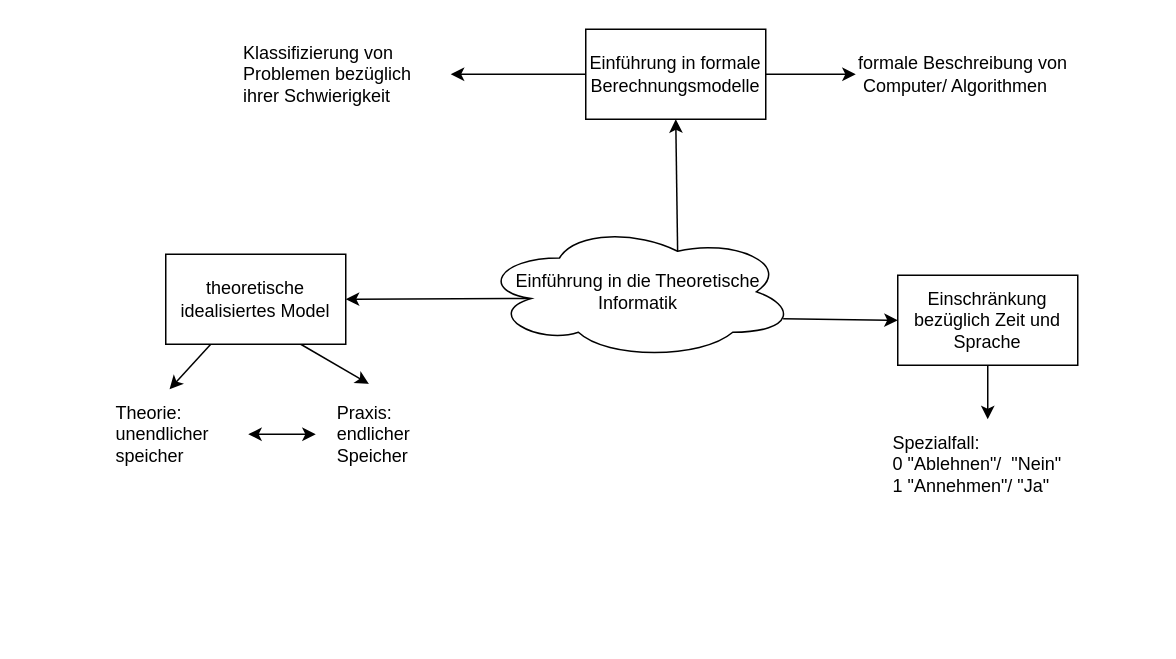
Before: Grundlagen/svg_files/Einführung.dio in C0d3Crush/CN_ITH, a draw.io diagram. Source tidied: cells renumbered, new cells numbered last; positions are measured from the earlier drawing's top-left corner, leaving out a move shared by most shapes. Both pictures are drawn from the tidied source at 150%, with x=0, y=0 at pixel (112, 28).
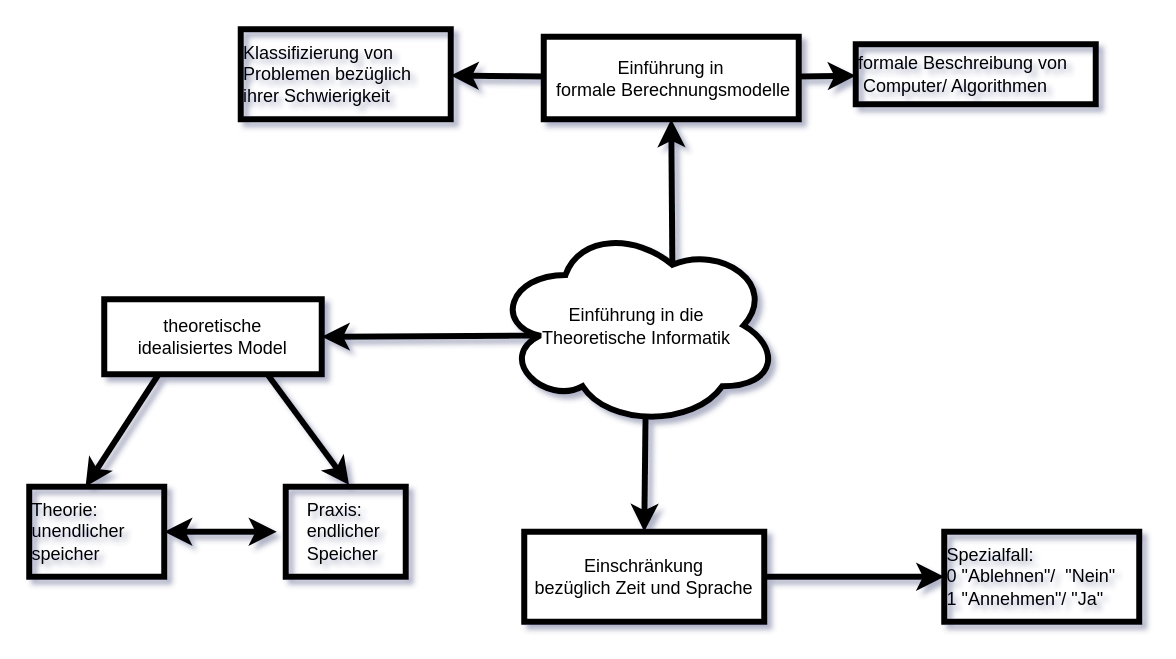
After the change.

Diff of the diagram source:
```diff
@@
-<mxGraphModel>
+<mxGraphModel background="#ffffff" shadow="1">
@@
-    <mxCell id="2" style="edgeStyle=none;html=1;entryX=0.5;entryY=1;entryDx=0;entryDy=0;exitX=0.625;exitY=0.2;exitDx=0;exitDy=0;exitPerimeter=0;" parent="1" edge="1" source="5" target="8">
+    <mxCell id="2" style="edgeStyle=none;html=1;entryX=0.5;entryY=1;entryDx=0;entryDy=0;exitX=0.625;exitY=0.2;exitDx=0;exitDy=0;exitPerimeter=0;fontColor=#FFFFFF;labelBackgroundColor=default;strokeColor=#050505;strokeWidth=4;" parent="1" edge="1" source="5" target="8">
       <mxGeometry relative="1" as="geometry" />
     </mxCell>
-    <mxCell id="3" style="edgeStyle=none;html=1;exitX=0.96;exitY=0.7;exitDx=0;exitDy=0;exitPerimeter=0;entryX=0;entryY=0.5;entryDx=0;entryDy=0;" parent="1" edge="1" source="5" target="10">
+    <mxCell id="3" style="edgeStyle=none;html=1;exitX=0.531;exitY=0.938;exitDx=0;exitDy=0;exitPerimeter=0;entryX=0.5;entryY=0;entryDx=0;entryDy=0;fontColor=#FFFFFF;labelBackgroundColor=default;strokeColor=#050505;strokeWidth=4;" parent="1" edge="1" source="5" target="10">
       <mxGeometry relative="1" as="geometry" />
     </mxCell>
-    <mxCell id="4" style="edgeStyle=none;html=1;exitX=0.16;exitY=0.55;exitDx=0;exitDy=0;exitPerimeter=0;entryX=1;entryY=0.5;entryDx=0;entryDy=0;" parent="1" edge="1" source="5" target="13">
+    <mxCell id="4" style="edgeStyle=none;html=1;exitX=0.16;exitY=0.55;exitDx=0;exitDy=0;exitPerimeter=0;entryX=1;entryY=0.5;entryDx=0;entryDy=0;fontColor=#FFFFFF;labelBackgroundColor=default;strokeColor=#050505;strokeWidth=4;" parent="1" edge="1" source="5" target="13">
       <mxGeometry relative="1" as="geometry" />
     </mxCell>
-    <mxCell id="5" value="Einführung in die Theoretische Informatik&lt;br&gt;" style="ellipse;shape=cloud;whiteSpace=wrap;html=1;" parent="1" vertex="1">
-      <mxGeometry x="245" y="130" width="210" height="90" as="geometry" />
+    <mxCell id="5" value="Einführung in die &lt;br&gt;Theoretische Informatik" style="ellipse;shape=cloud;whiteSpace=wrap;html=1;labelBackgroundColor=default;fillStyle=solid;shadow=0;strokeWidth=4;" parent="1" vertex="1">
+      <mxGeometry x="254" y="130" width="190" height="135" as="geometry" />
     </mxCell>
-    <mxCell id="6" style="edgeStyle=none;html=1;" parent="1" edge="1" source="8" target="15">
+    <mxCell id="6" style="edgeStyle=none;html=1;fontColor=#FFFFFF;labelBackgroundColor=default;strokeColor=#050505;strokeWidth=4;" parent="1" edge="1" source="8" target="15">
       <mxGeometry relative="1" as="geometry" />
     </mxCell>
-    <mxCell id="7" style="edgeStyle=none;html=1;" parent="1" edge="1" source="8" target="16">
+    <mxCell id="7" style="edgeStyle=none;html=1;fontColor=#FFFFFF;labelBackgroundColor=default;strokeColor=#050505;strokeWidth=4;" parent="1" edge="1" source="8" target="16">
       <mxGeometry relative="1" as="geometry" />
     </mxCell>
-    <mxCell id="8" value="Einführung in formale Berechnungsmodelle" style="whiteSpace=wrap;html=1;" parent="1" vertex="1">
-      <mxGeometry x="315" width="120" height="60" as="geometry" />
+    <mxCell id="8" value="Einführung in&lt;br&gt;&amp;nbsp;formale Berechnungsmodelle" style="whiteSpace=wrap;html=1;labelBackgroundColor=default;strokeWidth=4;" parent="1" vertex="1">
+      <mxGeometry x="287" y="5" width="170" height="55" as="geometry" />
     </mxCell>
-    <mxCell id="9" style="edgeStyle=none;html=1;" parent="1" edge="1" source="10" target="14">
+    <mxCell id="9" style="edgeStyle=none;html=1;fontColor=#FFFFFF;labelBackgroundColor=default;strokeColor=#050505;strokeWidth=4;" parent="1" edge="1" source="10" target="14">
       <mxGeometry relative="1" as="geometry" />
     </mxCell>
-    <mxCell id="10" value="Einschränkung bezüglich Zeit und Sprache" style="whiteSpace=wrap;html=1;" parent="1" vertex="1">
-      <mxGeometry x="523" y="164" width="120" height="60" as="geometry" />
+    <mxCell id="10" value="Einschränkung &lt;br&gt;bezüglich Zeit und Sprache" style="whiteSpace=wrap;html=1;labelBackgroundColor=default;strokeWidth=4;" parent="1" vertex="1">
+      <mxGeometry x="274" y="335" width="160" height="60" as="geometry" />
     </mxCell>
-    <mxCell id="11" style="edgeStyle=none;html=1;exitX=0.75;exitY=1;exitDx=0;exitDy=0;entryX=0.443;entryY=-0.059;entryDx=0;entryDy=0;entryPerimeter=0;" parent="1" edge="1" source="13" target="19">
+    <mxCell id="11" style="edgeStyle=none;html=1;exitX=0.75;exitY=1;exitDx=0;exitDy=0;entryX=0.528;entryY=-0.02;entryDx=0;entryDy=0;entryPerimeter=0;fontColor=#FFFFFF;labelBackgroundColor=default;strokeColor=#050505;strokeWidth=4;" parent="1" edge="1" source="13" target="19">
       <mxGeometry relative="1" as="geometry" />
     </mxCell>
-    <mxCell id="12" style="edgeStyle=none;html=1;exitX=0.25;exitY=1;exitDx=0;exitDy=0;entryX=0.417;entryY=0;entryDx=0;entryDy=0;entryPerimeter=0;" parent="1" edge="1" source="13" target="18">
+    <mxCell id="12" style="edgeStyle=none;html=1;exitX=0.25;exitY=1;exitDx=0;exitDy=0;entryX=0.417;entryY=0;entryDx=0;entryDy=0;entryPerimeter=0;fontColor=#FFFFFF;labelBackgroundColor=default;strokeColor=#050505;strokeWidth=4;" parent="1" edge="1" source="13" target="18">
       <mxGeometry relative="1" as="geometry" />
     </mxCell>
-    <mxCell id="13" value="theoretische idealisiertes Model" style="whiteSpace=wrap;html=1;" parent="1" vertex="1">
-      <mxGeometry x="35" y="150" width="120" height="60" as="geometry" />
+    <mxCell id="13" value="theoretische &lt;br&gt;idealisiertes Model" style="whiteSpace=wrap;html=1;labelBackgroundColor=default;strokeWidth=4;" parent="1" vertex="1">
+      <mxGeometry x="-6" y="180" width="145" height="50" as="geometry" />
     </mxCell>
-    <mxCell id="14" value="Spezialfall:&lt;br&gt;0 &quot;Ablehnen&quot;/&amp;nbsp; &quot;Nein&quot;&lt;br&gt;1 &quot;Annehmen&quot;/ &quot;Ja&quot;" style="text;html=1;strokeColor=none;fillColor=none;align=left;verticalAlign=middle;whiteSpace=wrap;rounded=0;" parent="1" vertex="1">
-      <mxGeometry x="518" y="260" width="130" height="60" as="geometry" />
+    <mxCell id="14" value="Spezialfall:&lt;br&gt;0 &quot;Ablehnen&quot;/&amp;nbsp; &quot;Nein&quot;&lt;br&gt;1 &quot;Annehmen&quot;/ &quot;Ja&quot;" style="text;html=1;align=left;verticalAlign=middle;whiteSpace=wrap;rounded=0;fontColor=#000000;labelBackgroundColor=none;strokeColor=#050505;strokeWidth=4;" parent="1" vertex="1">
+      <mxGeometry x="554" y="335" width="130" height="60" as="geometry" />
     </mxCell>
-    <mxCell id="15" value="Klassifizierung von &lt;br&gt;Problemen bezüglich&amp;nbsp; &lt;br&gt;&lt;div style=&quot;&quot;&gt;&lt;span style=&quot;background-color: initial;&quot;&gt;ihrer Schwierigkeit&lt;/span&gt;&lt;/div&gt;" style="text;html=1;align=left;verticalAlign=middle;points=[];strokeColor=none;fillColor=none;" parent="1" vertex="1">
+    <mxCell id="15" value="Klassifizierung von &lt;br&gt;Problemen bezüglich&amp;nbsp; &lt;br&gt;&lt;div style=&quot;&quot;&gt;&lt;span style=&quot;&quot;&gt;ihrer Schwierigkeit&lt;/span&gt;&lt;/div&gt;" style="text;html=1;align=left;verticalAlign=middle;points=[];fontColor=#000000;labelBackgroundColor=none;strokeColor=#050505;strokeWidth=4;" parent="1" vertex="1">
       <mxGeometry x="85" width="140" height="60" as="geometry" />
     </mxCell>
-    <mxCell id="16" value="formale Beschreibung von&lt;br&gt;&amp;nbsp;Computer/ Algorithmen" style="text;html=1;align=left;verticalAlign=middle;points=[];strokeColor=none;fillColor=none;" parent="1" vertex="1">
+    <mxCell id="16" value="formale Beschreibung von&lt;br&gt;&amp;nbsp;Computer/ Algorithmen" style="text;html=1;align=left;verticalAlign=middle;points=[];fontColor=#000000;labelBackgroundColor=none;strokeColor=#050505;strokeWidth=4;labelBorderColor=none;" parent="1" vertex="1">
       <mxGeometry x="495" y="10" width="160" height="40" as="geometry" />
     </mxCell>
-    <mxCell id="17" style="edgeStyle=none;html=1;startArrow=classic;startFill=1;" parent="1" edge="1" source="18" target="19">
-      <mxGeometry relative="1" as="geometry" />
+    <mxCell id="17" style="edgeStyle=none;html=1;startArrow=classic;startFill=1;fontColor=#FFFFFF;labelBackgroundColor=default;strokeColor=#050505;strokeWidth=4;" parent="1" edge="1" source="18">
+      <mxGeometry relative="1" as="geometry">
+        <mxPoint x="109" y="335" as="targetPoint" />
+      </mxGeometry>
     </mxCell>
-    <mxCell id="18" value="Theorie: &lt;br&gt;unendlicher &lt;br&gt;speicher" style="text;html=1;align=left;verticalAlign=middle;points=[];strokeColor=none;fillColor=none;" parent="1" vertex="1">
-      <mxGeometry y="240" width="90" height="60" as="geometry" />
+    <mxCell id="18" value="Theorie: &lt;br&gt;unendlicher &lt;br&gt;speicher" style="text;html=1;align=left;verticalAlign=middle;points=[];fontColor=#000000;labelBackgroundColor=none;strokeColor=#050505;strokeWidth=4;" parent="1" vertex="1">
+      <mxGeometry x="-56" y="305" width="90" height="60" as="geometry" />
     </mxCell>
-    <mxCell id="19" value="&lt;div style=&quot;text-align: left;&quot;&gt;&lt;span style=&quot;background-color: initial;&quot;&gt;Praxis:&lt;/span&gt;&lt;/div&gt;&lt;div style=&quot;text-align: left;&quot;&gt;&lt;span style=&quot;background-color: initial;&quot;&gt;endlicher&amp;nbsp;&lt;/span&gt;&lt;/div&gt;&lt;div style=&quot;text-align: left;&quot;&gt;&lt;span style=&quot;background-color: initial;&quot;&gt;Speicher&lt;/span&gt;&lt;/div&gt;" style="text;html=1;align=center;verticalAlign=middle;points=[];strokeColor=none;fillColor=none;" parent="1" vertex="1">
-      <mxGeometry x="135" y="240" width="80" height="60" as="geometry" />
+    <mxCell id="19" value="&lt;div style=&quot;text-align: left;&quot;&gt;&lt;span style=&quot;&quot;&gt;Praxis:&lt;/span&gt;&lt;/div&gt;&lt;div style=&quot;text-align: left;&quot;&gt;&lt;span style=&quot;&quot;&gt;endlicher&amp;nbsp;&lt;/span&gt;&lt;/div&gt;&lt;div style=&quot;text-align: left;&quot;&gt;&lt;span style=&quot;&quot;&gt;Speicher&lt;/span&gt;&lt;/div&gt;" style="text;html=1;align=center;verticalAlign=middle;points=[];fontColor=#000000;labelBackgroundColor=none;strokeColor=#050505;strokeWidth=4;" parent="1" vertex="1">
+      <mxGeometry x="115" y="305" width="80" height="60" as="geometry" />
     </mxCell>
```
